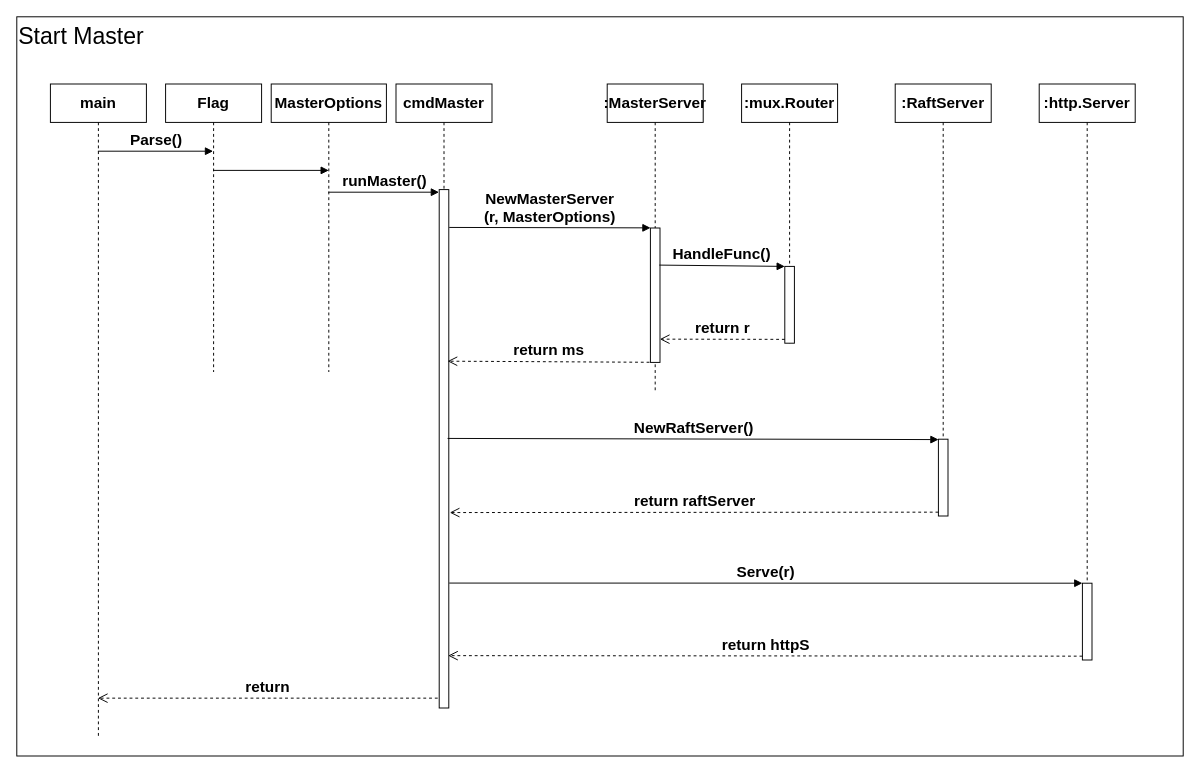
Above: page "Start Master" (1 of 2) of Sequece_Diragram/main.drawio in NeXT726/drawIO--seaweed (draw.io), before the change. Source tidied: cells renumbered, new cells numbered last; positions are measured from the earlier drawing's top-left corner, leaving out a move shared by most shapes. Both pictures are drawn from the tidied source at 96%, with x=0, y=0 at pixel (16, 16).
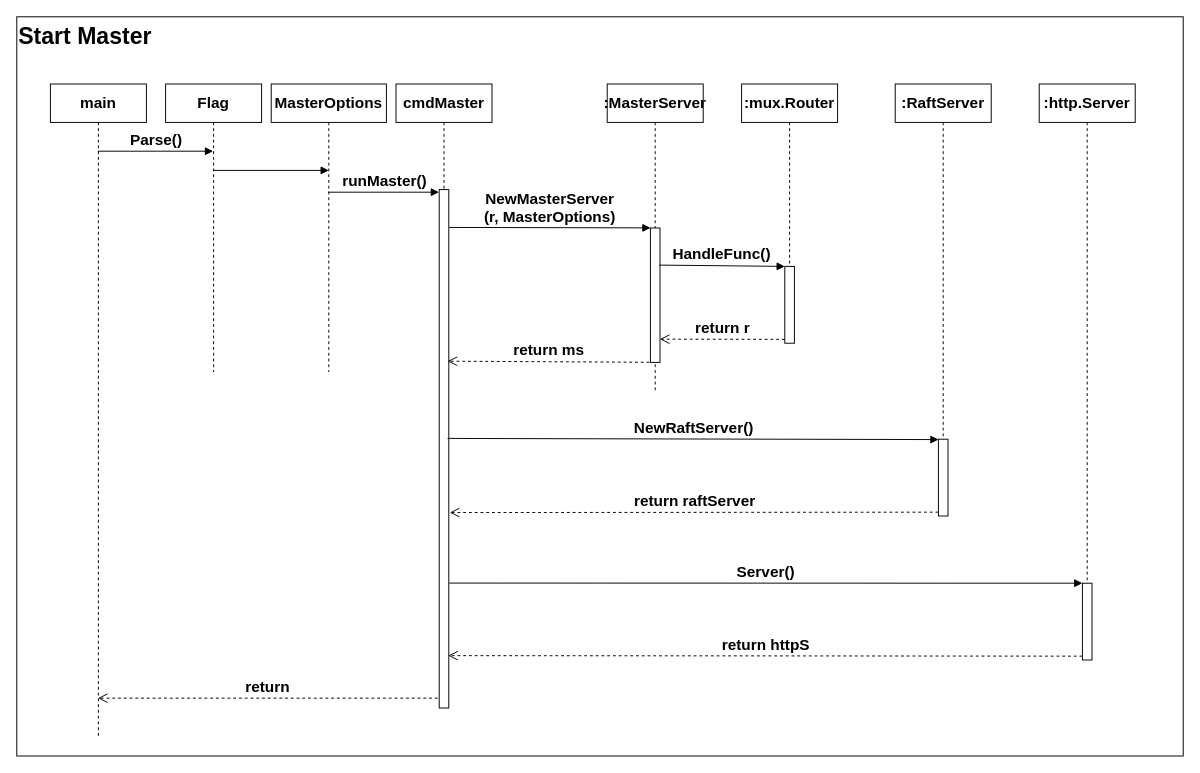
After the change.

The change refers to these unchanged cells:
```xml
<mxCell id="10" style="html=1;points=[];perimeter=orthogonalPerimeter;fontSize=16;fontStyle=1;" parent="9" vertex="1">
  <mxGeometry x="45" y="110" width="10" height="540" as="geometry" />
</mxCell>
<mxCell id="18" style="html=1;points=[];perimeter=orthogonalPerimeter;fontSize=16;fontStyle=1;" parent="17" vertex="1">
  <mxGeometry x="45" y="520" width="10" height="80" as="geometry" />
</mxCell>
```

Diff of the diagram source:
```diff
@@
-    <mxCell id="2" value="&lt;font style=&quot;font-size: 24px&quot;&gt;Start Master&lt;/font&gt;" style="whiteSpace=wrap;html=1;align=left;horizontal=1;verticalAlign=top;" parent="1" vertex="1">
+    <mxCell id="2" value="&lt;font style=&quot;font-size: 24px&quot;&gt;&lt;b&gt;Start Master&lt;/b&gt;&lt;/font&gt;" style="whiteSpace=wrap;html=1;align=left;horizontal=1;verticalAlign=top;" parent="1" vertex="1">
       <mxGeometry width="1215" height="770" as="geometry" />
     </mxCell>
@@
-    <mxCell id="19" value="Serve(r)" style="html=1;verticalAlign=bottom;endArrow=block;entryX=0;entryY=0;rounded=0;startArrow=none;exitX=1.044;exitY=0.759;exitDx=0;exitDy=0;exitPerimeter=0;fontSize=16;fontStyle=1;" parent="1" edge="1" source="10" target="18">
+    <mxCell id="19" value="Server()" style="html=1;verticalAlign=bottom;endArrow=block;entryX=0;entryY=0;rounded=0;startArrow=none;exitX=1.044;exitY=0.759;exitDx=0;exitDy=0;exitPerimeter=0;fontSize=16;fontStyle=1;" parent="1" edge="1" source="10" target="18">
       <mxGeometry relative="1" as="geometry" />
     </mxCell>
```
